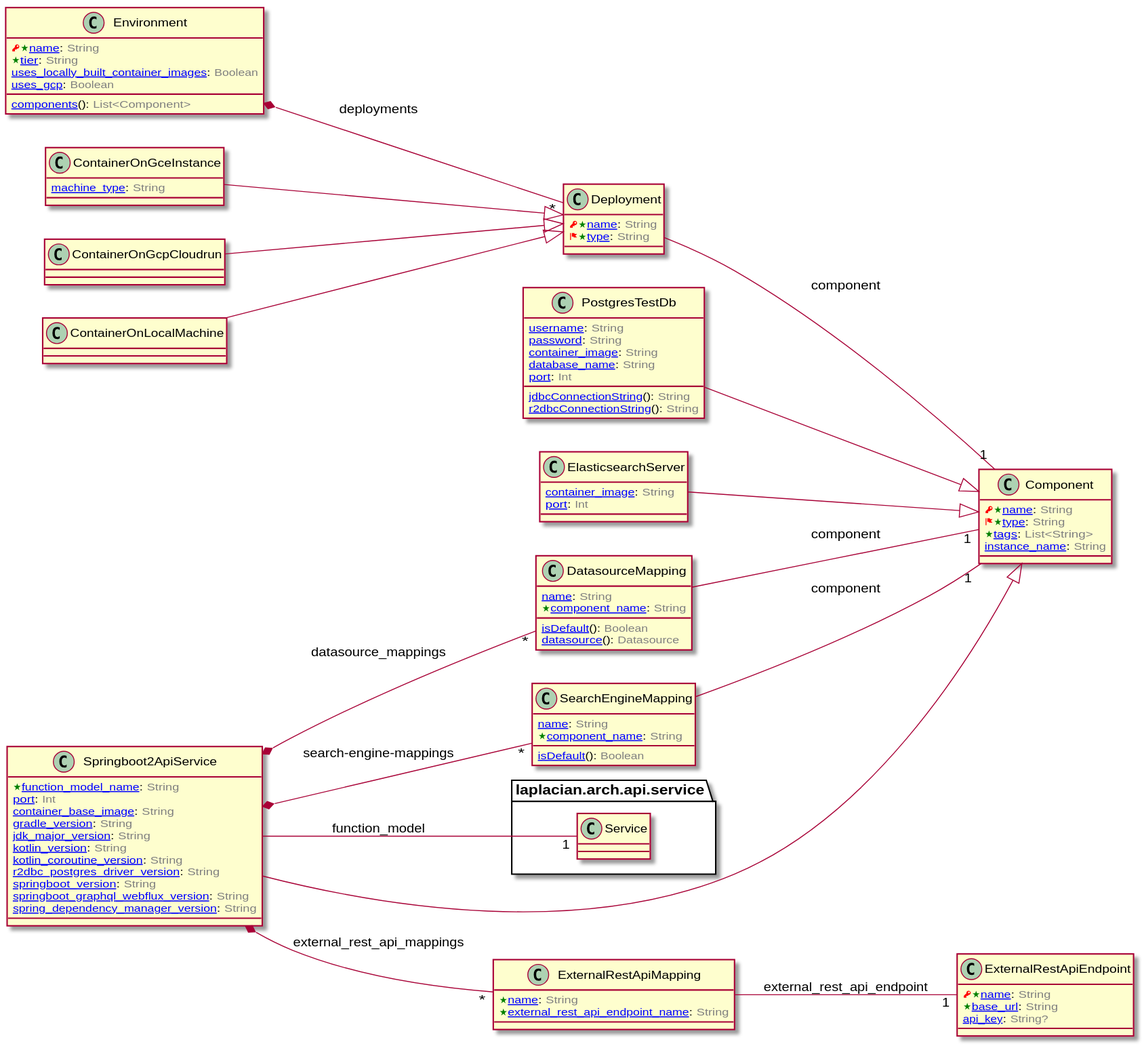
This is doc/image/model-diagram.svg from laplacian-arch/deployment.domain-model, a PlantUML export, as it was before one commit.
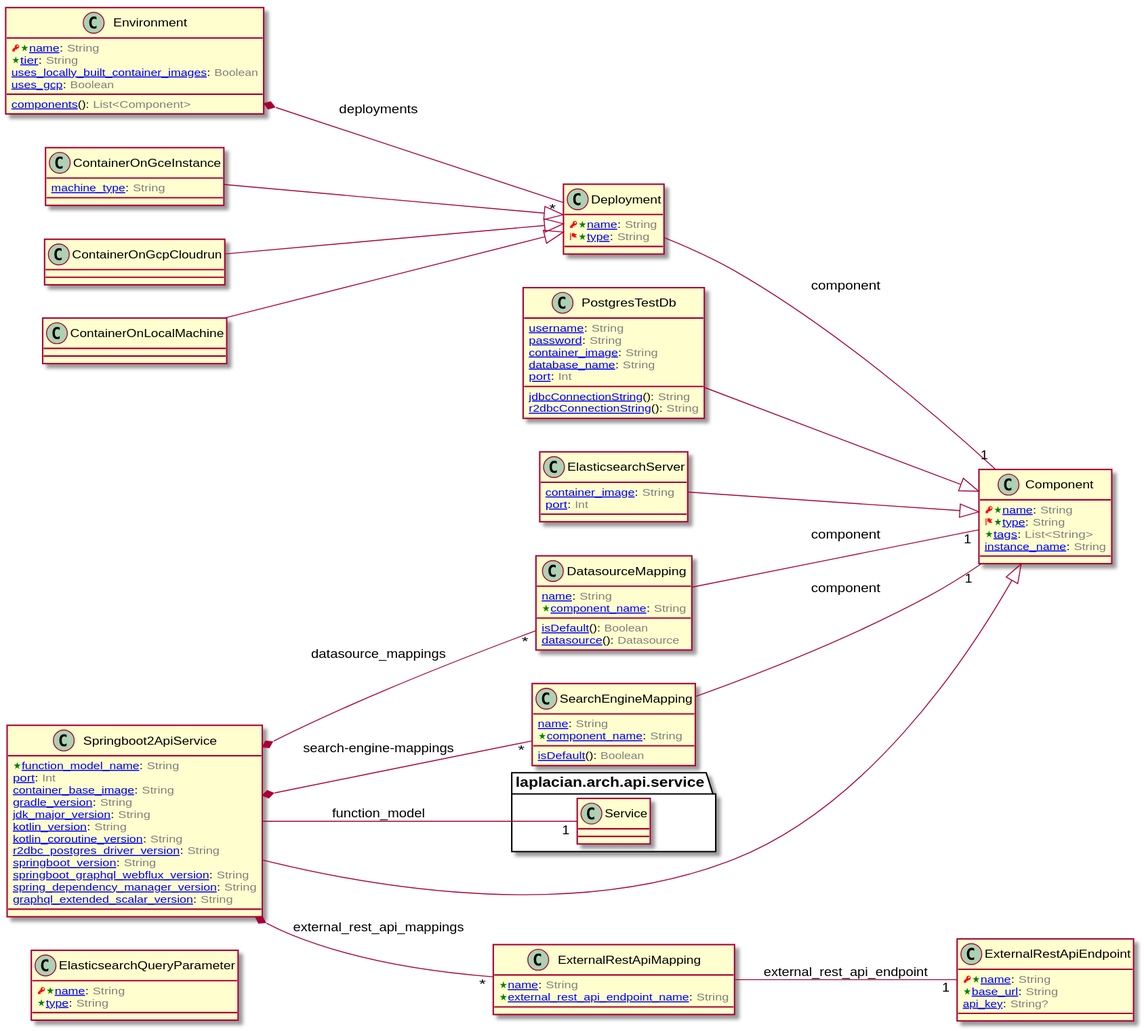
Later version of the same file.

Commit message:
add the version number of graphql extended scalar

The edit, as a diff of the source:
```diff
@@ -1,5 +1,13 @@
 @startuml
 left to right direction
+
+
+class ElasticsearchQueryParameter [[/blob/master/doc/entities/ElasticsearchQueryParameter.md]] {
+  <color:RED><&key></color><color:Green><&star></color>[[/blob/master/doc/entities/ElasticsearchQueryParameter.md#name-string name]]: <color:GRAY>String</color>
+  <color:Green><&star></color>[[/blob/master/doc/entities/ElasticsearchQueryParameter.md#type-string type]]: <color:GRAY>String</color>
+}
+
+
 
 
 class Component [[/blob/master/doc/entities/Component.md]] {
@@ -99,6 +107,7 @@
   [[/blob/master/doc/entities/Springboot2ApiService.md#springboot_version-string springboot_version]]: <color:GRAY>String</color>
   [[/blob/master/doc/entities/Springboot2ApiService.md#springboot_graphql_webflux_version-string springboot_graphql_webflux_version]]: <color:GRAY>String</color>
   [[/blob/master/doc/entities/Springboot2ApiService.md#spring_dependency_manager_version-string spring_dependency_manager_version]]: <color:GRAY>String</color>
+  [[/blob/master/doc/entities/Springboot2ApiService.md#graphql_extended_scalar_version-string graphql_extended_scalar_version]]: <color:GRAY>String</color>
 }
 
 Springboot2ApiService --|> Component
```
